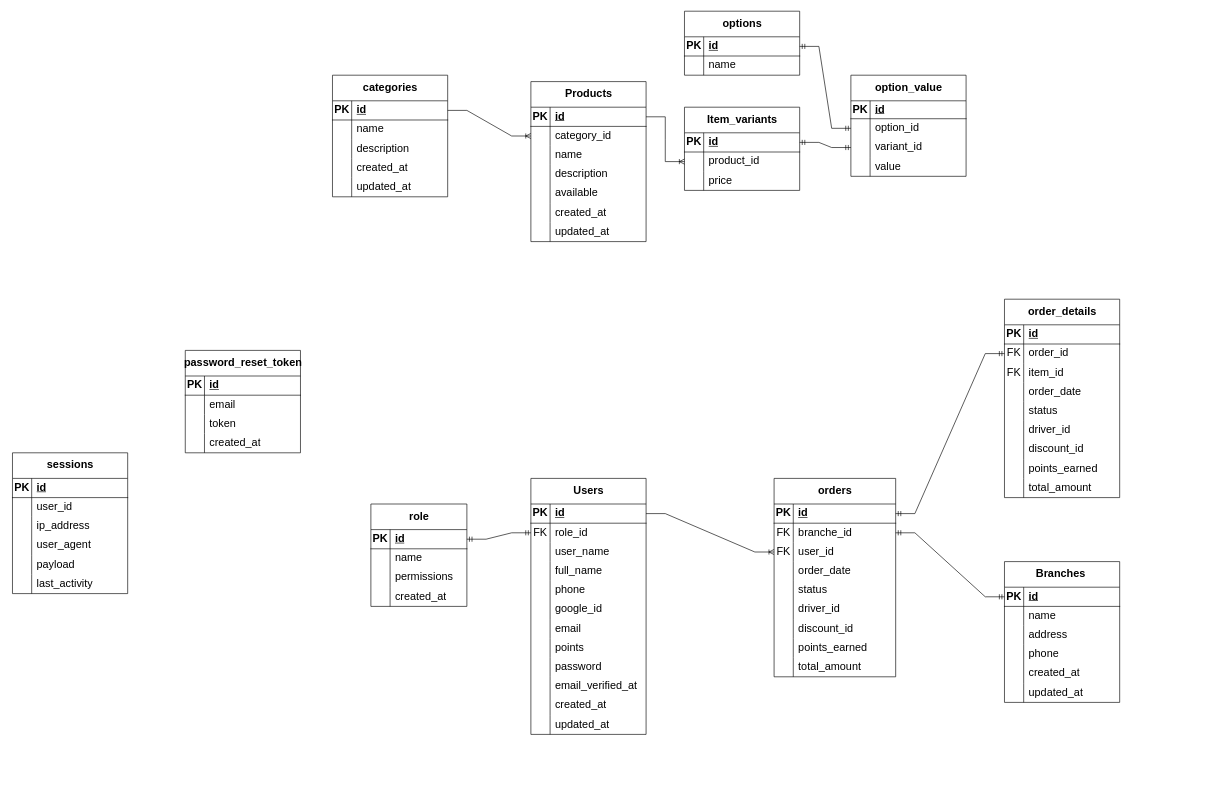
Above: database.drawio in ntuananhdevs/DATN-DevFoods (draw.io), before the change. Source tidied: cells renumbered, new cells numbered last; positions are measured from the earlier drawing's top-left corner, leaving out a move shared by most shapes. Both pictures are drawn from the tidied source at 64%, with x=0, y=0 at pixel (12, 11).
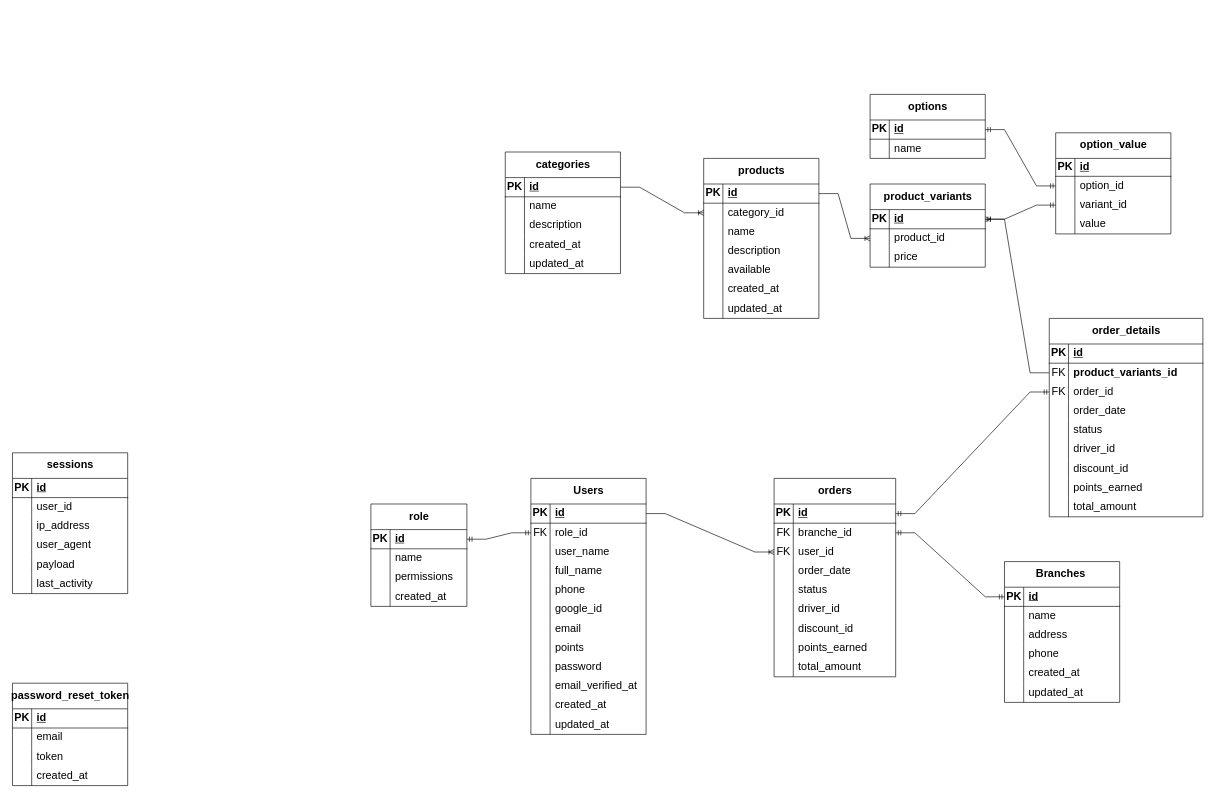
Above is the later version.

Commit message (it also covers changes not shown here):
Cập nhật database.drawio

Unchanged cells that the change refers to:
```xml
<mxCell id="91" style="shape=tableRow;horizontal=0;startSize=0;swimlaneHead=0;swimlaneBody=0;fillColor=none;points=[[0,0.5],[1,0.5]];portConstraint=eastwest;top=0;left=0;right=0;bottom=1;fontSize=17;" parent="90" vertex="1">
  <mxGeometry y="40" width="190" height="30" as="geometry" />
</mxCell>
<mxCell id="189" style="shape=tableRow;horizontal=0;startSize=0;swimlaneHead=0;swimlaneBody=0;fillColor=none;points=[[0,0.5],[1,0.5]];portConstraint=eastwest;top=0;left=0;right=0;bottom=1;labelBackgroundColor=none;fontColor=#000000;fontSize=17;" parent="188" vertex="1">
  <mxGeometry y="40" width="180" height="30" as="geometry" />
</mxCell>
<mxCell id="213" style="shape=tableRow;horizontal=0;startSize=0;swimlaneHead=0;swimlaneBody=0;fillColor=none;points=[[0,0.5],[1,0.5]];portConstraint=eastwest;top=0;left=0;right=0;bottom=0;labelBackgroundColor=none;fontColor=#000000;fontSize=17;" parent="209" vertex="1">
  <mxGeometry y="68" width="180" height="30" as="geometry" />
</mxCell>
<mxCell id="223" style="shape=tableRow;horizontal=0;startSize=0;swimlaneHead=0;swimlaneBody=0;fillColor=none;points=[[0,0.5],[1,0.5]];portConstraint=eastwest;top=0;left=0;right=0;bottom=1;labelBackgroundColor=none;fontColor=#000000;fontSize=17;" parent="222" vertex="1">
  <mxGeometry y="40" width="180" height="30" as="geometry" />
</mxCell>
```

The edit, as a diff of the source:
```diff
@@
     <mxCell id="39" value="password_reset_token" style="shape=table;startSize=40;childLayout=tableLayout;rowLines=0;fontStyle=1;align=center;html=1;fontSize=17;" parent="1" vertex="1">
-      <mxGeometry x="270" y="530" width="180" height="160" as="geometry" />
+      <mxGeometry y="1050" width="180" height="160" as="geometry" />
     </mxCell>
@@
     <mxCell id="120" value="order_details" style="shape=table;startSize=40;childLayout=tableLayout;rowLines=0;fontStyle=1;align=center;html=1;fontSize=17;" parent="1" vertex="1">
-      <mxGeometry x="1550" y="450" width="180" height="310" as="geometry" />
+      <mxGeometry x="1620" y="480" width="240" height="310" as="geometry" />
     </mxCell>
     <mxCell id="121" style="shape=tableRow;horizontal=0;startSize=0;swimlaneHead=0;swimlaneBody=0;fillColor=none;top=0;left=0;right=0;bottom=1;fontSize=17;" parent="120" vertex="1">
-      <mxGeometry y="40" width="180" height="30" as="geometry" />
+      <mxGeometry y="40" width="240" height="30" as="geometry" />
     </mxCell>
@@
     <mxCell id="123" value="id" style="shape=partialRectangle;fillColor=none;top=0;left=0;bottom=0;right=0;align=left;spacingLeft=6;fontStyle=5;overflow=hidden;whiteSpace=wrap;html=1;fontSize=17;" parent="121" vertex="1">
-      <mxGeometry x="30" width="150" height="30" as="geometry" />
+      <mxGeometry x="30" width="210" height="30" as="geometry" />
     </mxCell>
     <mxCell id="124" style="shape=tableRow;horizontal=0;startSize=0;swimlaneHead=0;swimlaneBody=0;fillColor=none;points=[[0,0.5],[1,0.5]];portConstraint=eastwest;top=0;left=0;right=0;bottom=0;fontSize=17;" parent="120" vertex="1">
-      <mxGeometry y="70" width="180" height="30" as="geometry" />
+      <mxGeometry y="70" width="240" height="30" as="geometry" />
     </mxCell>
@@
-    <mxCell id="126" value="order_id" style="shape=partialRectangle;fillColor=none;top=0;left=0;bottom=0;right=0;align=left;spacingLeft=6;overflow=hidden;whiteSpace=wrap;html=1;fontSize=17;" parent="124" vertex="1">
-      <mxGeometry x="30" width="150" height="30" as="geometry" />
+    <mxCell id="126" value="&lt;span style=&quot;font-weight: 700; text-align: center; text-wrap-mode: nowrap;&quot;&gt;product_variants_id&lt;/span&gt;" style="shape=partialRectangle;fillColor=none;top=0;left=0;bottom=0;right=0;align=left;spacingLeft=6;overflow=hidden;whiteSpace=wrap;html=1;fontSize=17;" parent="124" vertex="1">
+      <mxGeometry x="30" width="210" height="30" as="geometry" />
     </mxCell>
-    <mxCell id="127" style="shape=tableRow;horizontal=0;startSize=0;swimlaneHead=0;swimlaneBody=0;fillColor=none;top=0;left=0;right=0;bottom=0;fontSize=17;" parent="120" vertex="1">
-      <mxGeometry y="100" width="180" height="30" as="geometry" />
-    </mxCell>
+    <mxCell id="235" style="shape=tableRow;horizontal=0;startSize=0;swimlaneHead=0;swimlaneBody=0;fillColor=none;points=[[0,0.5],[1,0.5]];portConstraint=eastwest;top=0;left=0;right=0;bottom=0;fontSize=17;" parent="120" vertex="1">
+      <mxGeometry y="100" width="240" height="30" as="geometry" />
+    </mxCell>
-    <mxCell id="128" value="FK" style="shape=partialRectangle;fillColor=none;top=0;left=0;bottom=0;right=0;overflow=hidden;whiteSpace=wrap;html=1;fontSize=17;" parent="127" vertex="1">
+    <mxCell id="128" value="FK" style="shape=partialRectangle;fillColor=none;top=0;left=0;bottom=0;right=0;overflow=hidden;whiteSpace=wrap;html=1;fontSize=17;" parent="235" vertex="1">
       <mxGeometry width="30" height="30" as="geometry" />
     </mxCell>
-    <mxCell id="129" value="&lt;div&gt;item_id&amp;nbsp;&lt;/div&gt;" style="shape=partialRectangle;fillColor=none;top=0;left=0;bottom=0;right=0;align=left;spacingLeft=6;overflow=hidden;whiteSpace=wrap;html=1;fontSize=17;" parent="127" vertex="1">
-      <mxGeometry x="30" width="150" height="30" as="geometry" />
-    </mxCell>
+    <mxCell id="236" value="order_id" style="shape=partialRectangle;fillColor=none;top=0;left=0;bottom=0;right=0;align=left;spacingLeft=6;overflow=hidden;whiteSpace=wrap;html=1;fontSize=17;" parent="235" vertex="1">
+      <mxGeometry x="30" width="210" height="30" as="geometry" />
+    </mxCell>
     <mxCell id="130" style="shape=tableRow;horizontal=0;startSize=0;swimlaneHead=0;swimlaneBody=0;fillColor=none;top=0;left=0;right=0;bottom=0;fontSize=17;" parent="120" vertex="1">
-      <mxGeometry y="130" width="180" height="30" as="geometry" />
+      <mxGeometry y="130" width="240" height="30" as="geometry" />
     </mxCell>
@@
     <mxCell id="132" value="order_date" style="shape=partialRectangle;fillColor=none;top=0;left=0;bottom=0;right=0;align=left;spacingLeft=6;overflow=hidden;whiteSpace=wrap;html=1;fontSize=17;" parent="130" vertex="1">
-      <mxGeometry x="30" width="150" height="30" as="geometry" />
+      <mxGeometry x="30" width="210" height="30" as="geometry" />
     </mxCell>
     <mxCell id="133" style="shape=tableRow;horizontal=0;startSize=0;swimlaneHead=0;swimlaneBody=0;fillColor=none;top=0;left=0;right=0;bottom=0;fontSize=17;" parent="120" vertex="1">
-      <mxGeometry y="160" width="180" height="30" as="geometry" />
+      <mxGeometry y="160" width="240" height="30" as="geometry" />
     </mxCell>
@@
     <mxCell id="135" value="status" style="shape=partialRectangle;fillColor=none;top=0;left=0;bottom=0;right=0;align=left;spacingLeft=6;overflow=hidden;whiteSpace=wrap;html=1;fontSize=17;" parent="133" vertex="1">
-      <mxGeometry x="30" width="150" height="30" as="geometry" />
+      <mxGeometry x="30" width="210" height="30" as="geometry" />
     </mxCell>
     <mxCell id="136" style="shape=tableRow;horizontal=0;startSize=0;swimlaneHead=0;swimlaneBody=0;fillColor=none;top=0;left=0;right=0;bottom=0;fontSize=17;" parent="120" vertex="1">
-      <mxGeometry y="190" width="180" height="30" as="geometry" />
+      <mxGeometry y="190" width="240" height="30" as="geometry" />
     </mxCell>
@@
     <mxCell id="138" value="&lt;div&gt;driver_id&amp;nbsp;&lt;/div&gt;" style="shape=partialRectangle;fillColor=none;top=0;left=0;bottom=0;right=0;align=left;spacingLeft=6;overflow=hidden;whiteSpace=wrap;html=1;fontSize=17;" parent="136" vertex="1">
-      <mxGeometry x="30" width="150" height="30" as="geometry" />
+      <mxGeometry x="30" width="210" height="30" as="geometry" />
     </mxCell>
     <mxCell id="139" style="shape=tableRow;horizontal=0;startSize=0;swimlaneHead=0;swimlaneBody=0;fillColor=none;top=0;left=0;right=0;bottom=0;fontSize=17;" parent="120" vertex="1">
-      <mxGeometry y="220" width="180" height="30" as="geometry" />
+      <mxGeometry y="220" width="240" height="30" as="geometry" />
     </mxCell>
@@
     <mxCell id="141" value="&lt;div&gt;discount_id&amp;nbsp;&lt;/div&gt;" style="shape=partialRectangle;fillColor=none;top=0;left=0;bottom=0;right=0;align=left;spacingLeft=6;overflow=hidden;whiteSpace=wrap;html=1;fontSize=17;" parent="139" vertex="1">
-      <mxGeometry x="30" width="150" height="30" as="geometry" />
+      <mxGeometry x="30" width="210" height="30" as="geometry" />
     </mxCell>
     <mxCell id="142" style="shape=tableRow;horizontal=0;startSize=0;swimlaneHead=0;swimlaneBody=0;fillColor=none;top=0;left=0;right=0;bottom=0;fontSize=17;" parent="120" vertex="1">
-      <mxGeometry y="250" width="180" height="30" as="geometry" />
+      <mxGeometry y="250" width="240" height="30" as="geometry" />
     </mxCell>
@@
     <mxCell id="144" value="&lt;div&gt;points_earned&amp;nbsp;&lt;/div&gt;" style="shape=partialRectangle;fillColor=none;top=0;left=0;bottom=0;right=0;align=left;spacingLeft=6;overflow=hidden;whiteSpace=wrap;html=1;fontSize=17;" parent="142" vertex="1">
-      <mxGeometry x="30" width="150" height="30" as="geometry" />
+      <mxGeometry x="30" width="210" height="30" as="geometry" />
     </mxCell>
     <mxCell id="145" style="shape=tableRow;horizontal=0;startSize=0;swimlaneHead=0;swimlaneBody=0;fillColor=none;top=0;left=0;right=0;bottom=0;fontSize=17;" parent="120" vertex="1">
-      <mxGeometry y="280" width="180" height="30" as="geometry" />
+      <mxGeometry y="280" width="240" height="30" as="geometry" />
     </mxCell>
@@
     <mxCell id="147" value="&lt;div&gt;total_amount&amp;nbsp;&lt;/div&gt;" style="shape=partialRectangle;fillColor=none;top=0;left=0;bottom=0;right=0;align=left;spacingLeft=6;overflow=hidden;whiteSpace=wrap;html=1;fontSize=17;" parent="145" vertex="1">
-      <mxGeometry x="30" width="150" height="30" as="geometry" />
+      <mxGeometry x="30" width="210" height="30" as="geometry" />
     </mxCell>
-    <mxCell id="148" style="edgeStyle=entityRelationEdgeStyle;fontSize=17;html=1;endArrow=ERmandOne;startArrow=ERmandOne;rounded=0;exitX=1;exitY=0.5;exitDx=0;exitDy=0;" parent="1" edge="1" source="91" target="124">
+    <mxCell id="148" style="edgeStyle=entityRelationEdgeStyle;fontSize=17;html=1;endArrow=ERmandOne;startArrow=ERmandOne;rounded=0;exitX=1;exitY=0.5;exitDx=0;exitDy=0;entryX=0;entryY=0.5;entryDx=0;entryDy=0;" parent="1" edge="1" source="91" target="235">
       <mxGeometry relative="1" as="geometry" />
     </mxCell>
     <mxCell id="149" value="categories" style="shape=table;startSize=40;childLayout=tableLayout;rowLines=0;fontStyle=1;align=center;html=1;fontSize=17;" parent="1" vertex="1">
-      <mxGeometry x="500" y="100" width="180" height="190" as="geometry" />
+      <mxGeometry x="770" y="220" width="180" height="190" as="geometry" />
     </mxCell>
@@
-    <mxCell id="165" value="Products" style="shape=table;startSize=40;childLayout=tableLayout;rowLines=0;fontStyle=1;align=center;html=1;fontSize=17;" parent="1" vertex="1">
-      <mxGeometry x="810" y="110" width="180" height="250" as="geometry" />
+    <mxCell id="165" value="products" style="shape=table;startSize=40;childLayout=tableLayout;rowLines=0;fontStyle=1;align=center;html=1;fontSize=17;" parent="1" vertex="1">
+      <mxGeometry x="1080" y="230" width="180" height="250" as="geometry" />
     </mxCell>
@@
     <mxCell id="188" value="options" style="shape=table;startSize=40;childLayout=tableLayout;rowLines=0;fontStyle=1;align=center;html=1;fontSize=17;" parent="1" vertex="1">
-      <mxGeometry x="1050" width="180" height="100" as="geometry" />
+      <mxGeometry x="1340" y="130" width="180" height="100" as="geometry" />
     </mxCell>
@@
     <mxCell id="209" value="option_value" style="shape=table;startSize=40;childLayout=tableLayout;rowLines=0;fontStyle=1;align=center;html=1;fontSize=17;" parent="1" vertex="1">
-      <mxGeometry x="1310" y="100" width="180" height="158" as="geometry" />
+      <mxGeometry x="1630" y="190" width="180" height="158" as="geometry" />
     </mxCell>
@@
-    <mxCell id="222" value="Item_variants" style="shape=table;startSize=40;childLayout=tableLayout;rowLines=0;fontStyle=1;align=center;html=1;fontSize=17;" parent="1" vertex="1">
-      <mxGeometry x="1050" y="150" width="180" height="130" as="geometry" />
+    <mxCell id="222" value="product_variants" style="shape=table;startSize=40;childLayout=tableLayout;rowLines=0;fontStyle=1;align=center;html=1;fontSize=17;" parent="1" vertex="1">
+      <mxGeometry x="1340" y="270" width="180" height="130" as="geometry" />
     </mxCell>
@@
     <mxCell id="234" style="edgeStyle=entityRelationEdgeStyle;fontSize=12;html=1;endArrow=ERmandOne;startArrow=ERmandOne;rounded=0;exitX=1;exitY=0.5;exitDx=0;exitDy=0;entryX=0;entryY=0.5;entryDx=0;entryDy=0;" parent="1" edge="1" source="189" target="213">
       <mxGeometry relative="1" as="geometry">
         <Array as="points">
-          <mxPoint x="1580" y="204" />
-          <mxPoint x="1570" y="130" />
-          <mxPoint x="1590" y="180" />
-          <mxPoint x="1530" y="270" />
+          <mxPoint x="1850" y="324" />
+          <mxPoint x="1840" y="250" />
+          <mxPoint x="1860" y="300" />
+          <mxPoint x="1800" y="390" />
         </Array>
       </mxGeometry>
     </mxCell>
+    <mxCell id="237" style="edgeStyle=entityRelationEdgeStyle;fontSize=12;html=1;endArrow=ERoneToMany;rounded=0;entryX=1;entryY=0.5;entryDx=0;entryDy=0;exitX=0;exitY=0.5;exitDx=0;exitDy=0;" parent="1" edge="1" source="124" target="223">
+      <mxGeometry relative="1" as="geometry" />
+    </mxCell>
```
